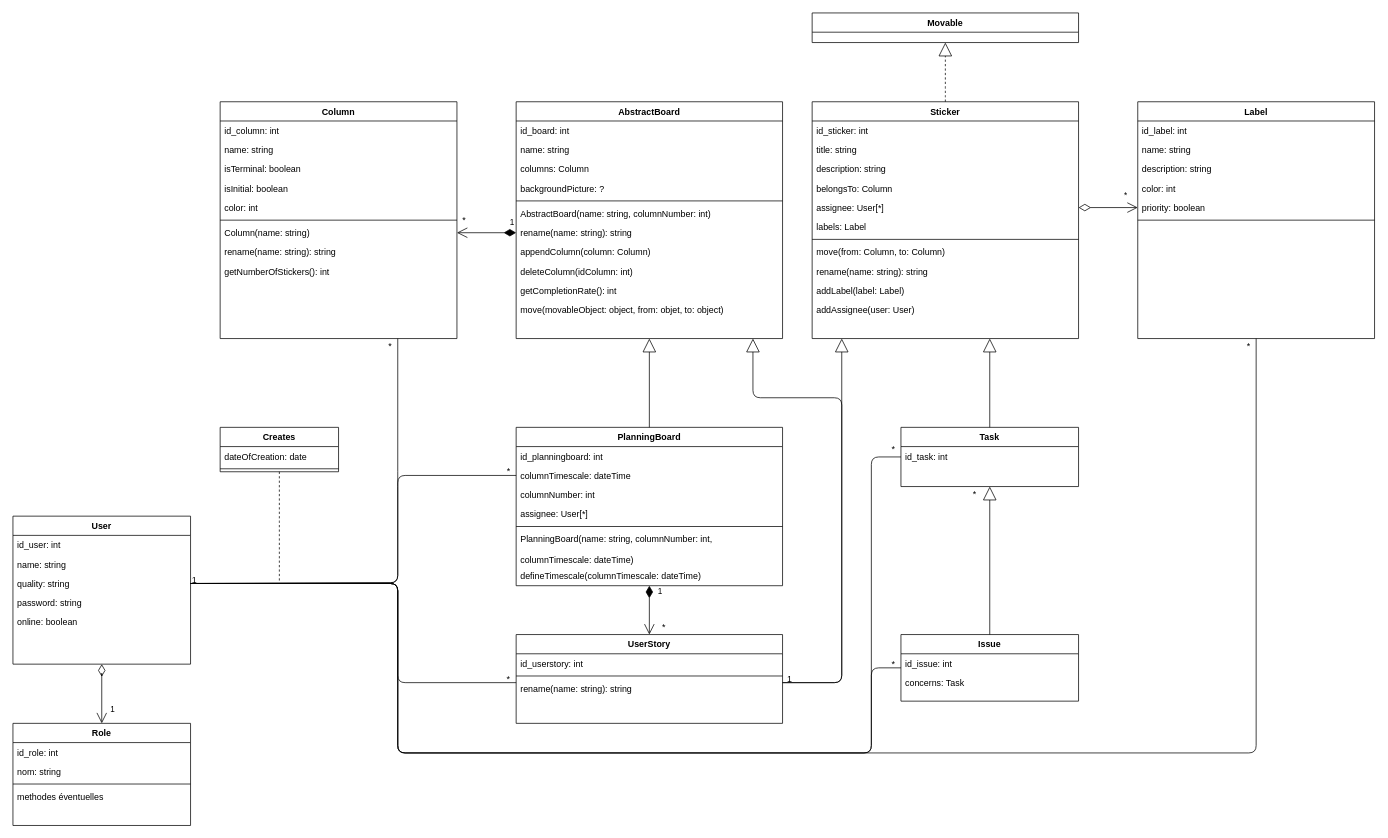
This is Diagrams/Class Diagram.drawio from RedaPengam/Boardy, a draw.io file, before an edit. Source tidied: cells renumbered, new cells numbered last; positions are measured from the earlier drawing's top-left corner, leaving out a move shared by most shapes. Both pictures are drawn from the tidied source at 74%, with x=0, y=0 at pixel (13, 13).
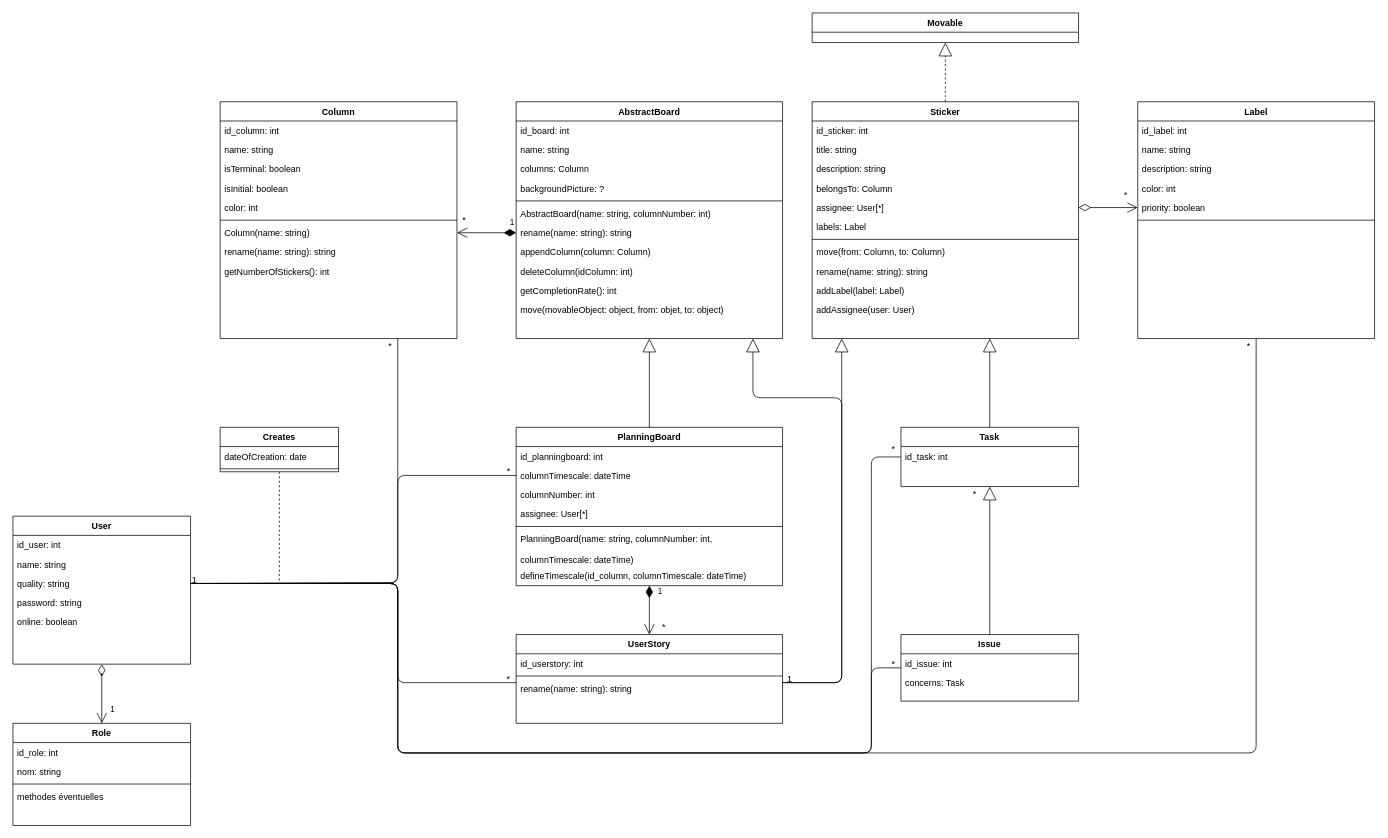
The same diagram, later.

The change refers to these unchanged cells:
```xml
<mxCell id="20" value="PlanningBoard" style="swimlane;fontStyle=1;align=center;verticalAlign=top;horizontal=1;startSize=26;rounded=0;shadow=0;strokeWidth=1;" parent="1" vertex="1">
  <mxGeometry x="680" y="560" width="360" height="214" as="geometry" />
</mxCell>
```

What changed in the source:
```diff
@@
-    <mxCell id="27" value="defineTimescale(columnTimescale: dateTime)" style="text;align=left;verticalAlign=top;spacingLeft=4;spacingRight=4;overflow=hidden;" parent="20" vertex="1">
+    <mxCell id="27" value="defineTimescale(id_column, columnTimescale: dateTime)" style="text;align=left;verticalAlign=top;spacingLeft=4;spacingRight=4;overflow=hidden;" parent="20" vertex="1">
       <mxGeometry y="188" width="360" height="26" as="geometry" />
     </mxCell>
```
